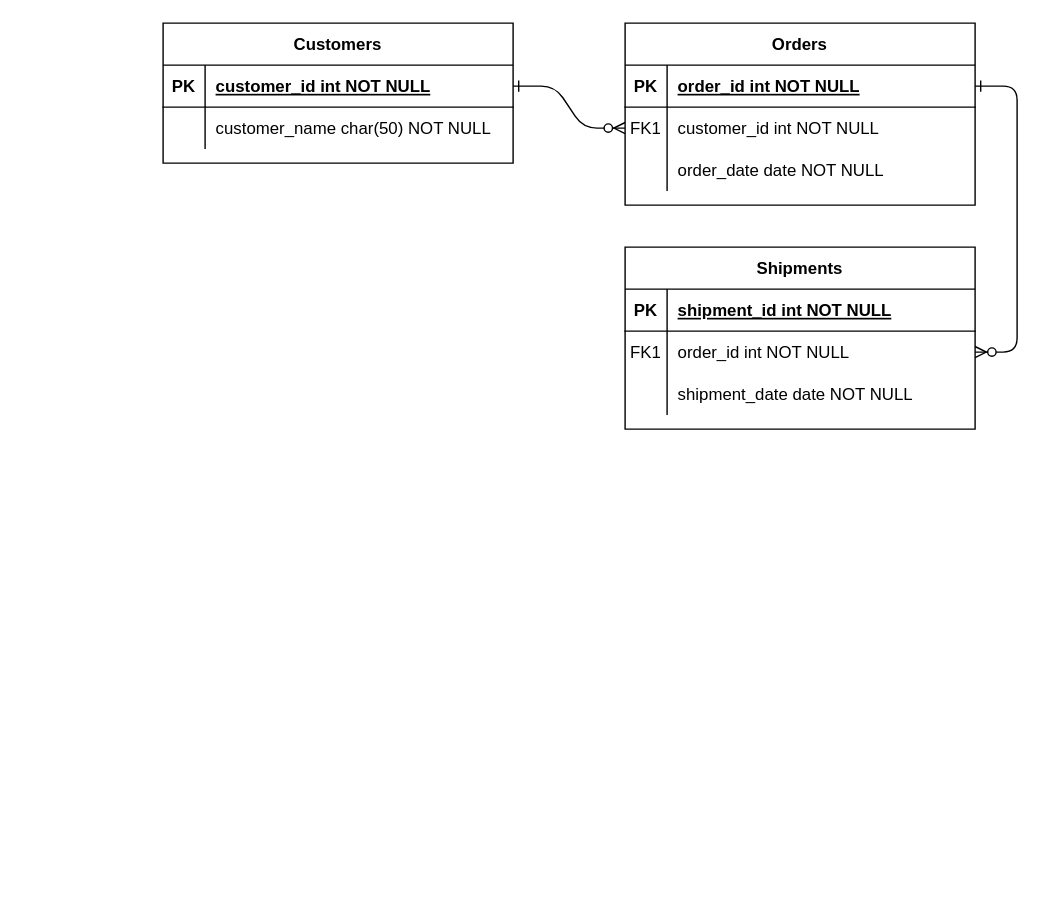
Earlier version of the draw.io diagram WeGoGym/WeGoGym-DB.drawio (ColaboAI/Diagrams). Source tidied: cells renumbered, new cells numbered last; positions are measured from the earlier drawing's top-left corner, leaving out a move shared by most shapes. Both pictures are drawn from the tidied source at 140%, with x=0, y=0 at pixel (162, 22).
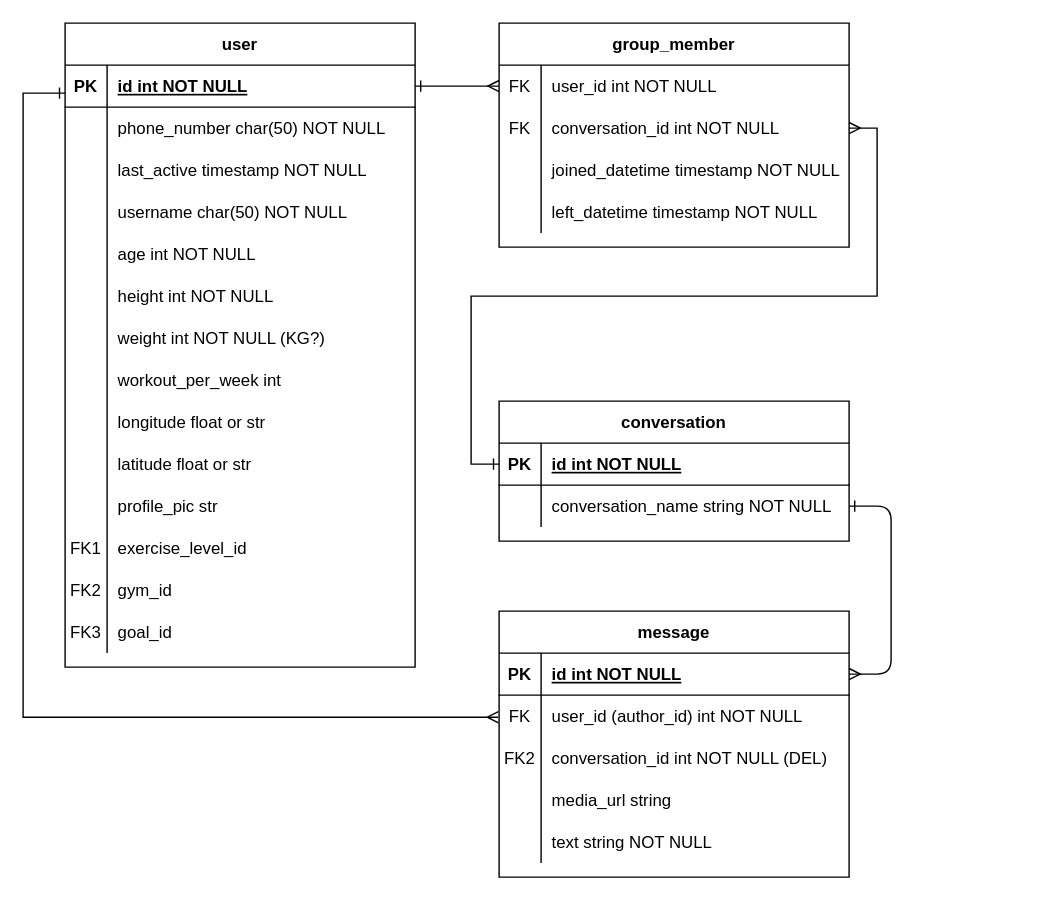
Above is the later version.

Commit message:
Make User and Chat DB schema

Unchanged cells that the change refers to:
```xml
<mxCell id="5" style="shape=partialRectangle;fillColor=none;points=[[0,0.5],[1,0.5]];portConstraint=eastwest;top=0;left=0;right=0;bottom=1;" parent="4" vertex="1">
  <mxGeometry y="30" width="250" height="30" as="geometry" />
</mxCell>
<mxCell id="8" style="shape=partialRectangle;fillColor=none;points=[[0,0.5],[1,0.5]];portConstraint=eastwest;top=0;left=0;right=0;bottom=0;" parent="4" vertex="1">
  <mxGeometry y="60" width="250" height="30" as="geometry" />
</mxCell>
<mxCell id="11" style="shape=partialRectangle;fillColor=none;top=0;left=0;right=0;bottom=0;" parent="4" vertex="1">
  <mxGeometry y="90" width="250" height="30" as="geometry" />
</mxCell>
<mxCell id="15" style="shape=partialRectangle;fillColor=none;points=[[0,0.5],[1,0.5]];portConstraint=eastwest;top=0;left=0;right=0;bottom=1;" parent="14" vertex="1">
  <mxGeometry y="30" width="250" height="30" as="geometry" />
</mxCell>
<mxCell id="18" style="shape=partialRectangle;fillColor=none;points=[[0,0.5],[1,0.5]];portConstraint=eastwest;top=0;left=0;right=0;bottom=0;" parent="14" vertex="1">
  <mxGeometry y="60" width="250" height="30" as="geometry" />
</mxCell>
<mxCell id="25" style="shape=partialRectangle;fillColor=none;points=[[0,0.5],[1,0.5]];portConstraint=eastwest;top=0;left=0;right=0;bottom=1;" parent="24" vertex="1">
  <mxGeometry y="30" width="250" height="30" as="geometry" />
</mxCell>
<mxCell id="28" style="shape=partialRectangle;fillColor=none;top=0;left=0;right=0;bottom=0;" parent="24" vertex="1">
  <mxGeometry y="60" width="250" height="30" as="geometry" />
</mxCell>
```

The edit, as a diff of the source:
```diff
@@
-    <mxCell id="2" style="edgeStyle=entityRelationEdgeStyle;endArrow=ERzeroToMany;startArrow=ERone;endFill=1;startFill=0;" parent="1" edge="1" source="25" target="8">
+    <mxCell id="2" style="edgeStyle=entityRelationEdgeStyle;endArrow=ERmany;startArrow=ERone;endFill=0;startFill=0;entryX=0;entryY=0.5;entryDx=0;entryDy=0;" parent="1" edge="1" source="25" target="74">
       <mxGeometry relative="1" as="geometry" />
     </mxCell>
-    <mxCell id="3" style="edgeStyle=entityRelationEdgeStyle;endArrow=ERzeroToMany;startArrow=ERone;endFill=1;startFill=0;" parent="1" edge="1" source="5" target="18">
+    <mxCell id="3" style="edgeStyle=entityRelationEdgeStyle;endArrow=ERone;startArrow=ERmany;endFill=0;startFill=0;" parent="1" edge="1" source="5" target="18">
       <mxGeometry relative="1" as="geometry" />
     </mxCell>
-    <mxCell id="4" value="Orders" style="shape=table;startSize=30;childLayout=tableLayout;rowLines=0;fontStyle=1;align=center;" parent="1" vertex="1">
-      <mxGeometry x="330" width="250" height="130" as="geometry" />
+    <mxCell id="4" value="message" style="shape=table;startSize=30;childLayout=tableLayout;rowLines=0;fontStyle=1;align=center;" parent="1" vertex="1">
+      <mxGeometry x="240" y="420" width="250" height="190" as="geometry" />
     </mxCell>
@@
-    <mxCell id="7" value="order_id int NOT NULL " style="shape=partialRectangle;overflow=hidden;fillColor=none;top=0;left=0;bottom=0;right=0;align=left;spacingLeft=6;fontStyle=5;" parent="5" vertex="1">
+    <mxCell id="7" value="id int NOT NULL " style="shape=partialRectangle;overflow=hidden;fillColor=none;top=0;left=0;bottom=0;right=0;align=left;spacingLeft=6;fontStyle=5;" parent="5" vertex="1">
       <mxGeometry x="30" width="220" height="30" as="geometry" />
     </mxCell>
@@
-    <mxCell id="9" value="FK1" style="shape=partialRectangle;overflow=hidden;fillColor=none;top=0;left=0;bottom=0;right=0;" parent="8" vertex="1">
+    <mxCell id="9" value="FK" style="shape=partialRectangle;overflow=hidden;fillColor=none;top=0;left=0;bottom=0;right=0;" parent="8" vertex="1">
       <mxGeometry width="30" height="30" as="geometry" />
     </mxCell>
-    <mxCell id="10" value="customer_id int NOT NULL" style="shape=partialRectangle;overflow=hidden;fillColor=none;top=0;left=0;bottom=0;right=0;align=left;spacingLeft=6;" parent="8" vertex="1">
+    <mxCell id="10" value="user_id (author_id) int NOT NULL" style="shape=partialRectangle;overflow=hidden;fillColor=none;top=0;left=0;bottom=0;right=0;align=left;spacingLeft=6;" parent="8" vertex="1">
       <mxGeometry x="30" width="220" height="30" as="geometry" />
     </mxCell>
@@
-    <mxCell id="12" style="shape=partialRectangle;overflow=hidden;fillColor=none;top=0;left=0;bottom=0;right=0;" parent="11" vertex="1">
+    <mxCell id="12" value="FK2" style="shape=partialRectangle;overflow=hidden;fillColor=none;top=0;left=0;bottom=0;right=0;" parent="11" vertex="1">
       <mxGeometry width="30" height="30" as="geometry" />
     </mxCell>
-    <mxCell id="13" value="order_date date NOT NULL" style="shape=partialRectangle;overflow=hidden;fillColor=none;top=0;left=0;bottom=0;right=0;align=left;spacingLeft=6;" parent="11" vertex="1">
+    <mxCell id="13" value="conversation_id int NOT NULL (DEL)" style="shape=partialRectangle;overflow=hidden;fillColor=none;top=0;left=0;bottom=0;right=0;align=left;spacingLeft=6;" parent="11" vertex="1">
       <mxGeometry x="30" width="220" height="30" as="geometry" />
     </mxCell>
+    <mxCell id="31" style="shape=partialRectangle;fillColor=none;top=0;left=0;right=0;bottom=0;" parent="4" vertex="1">
+      <mxGeometry y="120" width="250" height="30" as="geometry" />
+    </mxCell>
+    <mxCell id="32" style="shape=partialRectangle;overflow=hidden;fillColor=none;top=0;left=0;bottom=0;right=0;" parent="31" vertex="1">
+      <mxGeometry width="30" height="30" as="geometry" />
+    </mxCell>
+    <mxCell id="33" value="media_url string" style="shape=partialRectangle;overflow=hidden;fillColor=none;top=0;left=0;bottom=0;right=0;align=left;spacingLeft=6;" parent="31" vertex="1">
+      <mxGeometry x="30" width="220" height="30" as="geometry" />
+    </mxCell>
+    <mxCell id="34" style="shape=partialRectangle;fillColor=none;top=0;left=0;right=0;bottom=0;" parent="4" vertex="1">
+      <mxGeometry y="150" width="250" height="30" as="geometry" />
+    </mxCell>
+    <mxCell id="35" style="shape=partialRectangle;overflow=hidden;fillColor=none;top=0;left=0;bottom=0;right=0;" parent="34" vertex="1">
+      <mxGeometry width="30" height="30" as="geometry" />
+    </mxCell>
+    <mxCell id="36" value="text string NOT NULL" style="shape=partialRectangle;overflow=hidden;fillColor=none;top=0;left=0;bottom=0;right=0;align=left;spacingLeft=6;" parent="34" vertex="1">
+      <mxGeometry x="30" width="220" height="30" as="geometry" />
+    </mxCell>
-    <mxCell id="14" value="Shipments" style="shape=table;startSize=30;childLayout=tableLayout;rowLines=0;fontStyle=1;align=center;" parent="1" vertex="1">
-      <mxGeometry x="330" y="160" width="250" height="130" as="geometry" />
+    <mxCell id="14" value="conversation" style="shape=table;startSize=30;childLayout=tableLayout;rowLines=0;fontStyle=1;align=center;" parent="1" vertex="1">
+      <mxGeometry x="240" y="270" width="250" height="100" as="geometry" />
     </mxCell>
@@
-    <mxCell id="17" value="shipment_id int NOT NULL " style="shape=partialRectangle;overflow=hidden;fillColor=none;top=0;left=0;bottom=0;right=0;align=left;spacingLeft=6;fontStyle=5;" parent="15" vertex="1">
+    <mxCell id="17" value="id int NOT NULL " style="shape=partialRectangle;overflow=hidden;fillColor=none;top=0;left=0;bottom=0;right=0;align=left;spacingLeft=6;fontStyle=5;" parent="15" vertex="1">
       <mxGeometry x="30" width="220" height="30" as="geometry" />
     </mxCell>
@@
-    <mxCell id="19" value="FK1" style="shape=partialRectangle;overflow=hidden;fillColor=none;top=0;left=0;bottom=0;right=0;" parent="18" vertex="1">
+    <mxCell id="19" style="shape=partialRectangle;overflow=hidden;fillColor=none;top=0;left=0;bottom=0;right=0;" parent="18" vertex="1">
       <mxGeometry width="30" height="30" as="geometry" />
     </mxCell>
-    <mxCell id="20" value="order_id int NOT NULL" style="shape=partialRectangle;overflow=hidden;fillColor=none;top=0;left=0;bottom=0;right=0;align=left;spacingLeft=6;" parent="18" vertex="1">
+    <mxCell id="20" value="conversation_name string NOT NULL" style="shape=partialRectangle;overflow=hidden;fillColor=none;top=0;left=0;bottom=0;right=0;align=left;spacingLeft=6;" parent="18" vertex="1">
       <mxGeometry x="30" width="220" height="30" as="geometry" />
     </mxCell>
-    <mxCell id="21" style="shape=partialRectangle;fillColor=none;top=0;left=0;right=0;bottom=0;" parent="14" vertex="1">
-      <mxGeometry y="90" width="250" height="30" as="geometry" />
-    </mxCell>
-    <mxCell id="22" style="shape=partialRectangle;overflow=hidden;fillColor=none;top=0;left=0;bottom=0;right=0;" parent="21" vertex="1">
-      <mxGeometry width="30" height="30" as="geometry" />
-    </mxCell>
-    <mxCell id="23" value="shipment_date date NOT NULL" style="shape=partialRectangle;overflow=hidden;fillColor=none;top=0;left=0;bottom=0;right=0;align=left;spacingLeft=6;" parent="21" vertex="1">
-      <mxGeometry x="30" width="220" height="30" as="geometry" />
-    </mxCell>
-    <mxCell id="24" value="Customers" style="shape=table;startSize=30;childLayout=tableLayout;rowLines=0;fontStyle=1;align=center;" parent="1" vertex="1">
-      <mxGeometry width="250" height="100" as="geometry" />
+    <mxCell id="24" value="user" style="shape=table;startSize=30;childLayout=tableLayout;rowLines=0;fontStyle=1;align=center;" parent="1" vertex="1">
+      <mxGeometry x="-70" width="250" height="460" as="geometry" />
     </mxCell>
@@
-    <mxCell id="27" value="customer_id int NOT NULL " style="shape=partialRectangle;overflow=hidden;fillColor=none;top=0;left=0;bottom=0;right=0;align=left;spacingLeft=6;fontStyle=5;" parent="25" vertex="1">
+    <mxCell id="27" value="id int NOT NULL " style="shape=partialRectangle;overflow=hidden;fillColor=none;top=0;left=0;bottom=0;right=0;align=left;spacingLeft=6;fontStyle=5;" parent="25" vertex="1">
       <mxGeometry x="30" width="220" height="30" as="geometry" />
     </mxCell>
@@
-    <mxCell id="30" value="customer_name char(50) NOT NULL" style="shape=partialRectangle;overflow=hidden;fillColor=none;top=0;left=0;bottom=0;right=0;align=left;spacingLeft=6;" parent="28" vertex="1">
+    <mxCell id="30" value="phone_number char(50) NOT NULL" style="shape=partialRectangle;overflow=hidden;fillColor=none;top=0;left=0;bottom=0;right=0;align=left;spacingLeft=6;" parent="28" vertex="1">
       <mxGeometry x="30" width="220" height="30" as="geometry" />
     </mxCell>
+    <mxCell id="37" style="shape=partialRectangle;fillColor=none;top=0;left=0;right=0;bottom=0;" parent="24" vertex="1">
+      <mxGeometry y="90" width="250" height="30" as="geometry" />
+    </mxCell>
+    <mxCell id="38" style="shape=partialRectangle;overflow=hidden;fillColor=none;top=0;left=0;bottom=0;right=0;" parent="37" vertex="1">
+      <mxGeometry width="30" height="30" as="geometry" />
+    </mxCell>
+    <mxCell id="39" value="last_active timestamp NOT NULL" style="shape=partialRectangle;overflow=hidden;fillColor=none;top=0;left=0;bottom=0;right=0;align=left;spacingLeft=6;" parent="37" vertex="1">
+      <mxGeometry x="30" width="220" height="30" as="geometry" />
+    </mxCell>
+    <mxCell id="40" style="shape=partialRectangle;fillColor=none;top=0;left=0;right=0;bottom=0;" parent="24" vertex="1">
+      <mxGeometry y="120" width="250" height="30" as="geometry" />
+    </mxCell>
+    <mxCell id="41" style="shape=partialRectangle;overflow=hidden;fillColor=none;top=0;left=0;bottom=0;right=0;" parent="40" vertex="1">
+      <mxGeometry width="30" height="30" as="geometry" />
+    </mxCell>
+    <mxCell id="42" value="username char(50) NOT NULL" style="shape=partialRectangle;overflow=hidden;fillColor=none;top=0;left=0;bottom=0;right=0;align=left;spacingLeft=6;" parent="40" vertex="1">
+      <mxGeometry x="30" width="220" height="30" as="geometry" />
+    </mxCell>
+    <mxCell id="43" style="shape=partialRectangle;fillColor=none;top=0;left=0;right=0;bottom=0;" parent="24" vertex="1">
+      <mxGeometry y="150" width="250" height="30" as="geometry" />
+    </mxCell>
+    <mxCell id="44" style="shape=partialRectangle;overflow=hidden;fillColor=none;top=0;left=0;bottom=0;right=0;" parent="43" vertex="1">
+      <mxGeometry width="30" height="30" as="geometry" />
+    </mxCell>
+    <mxCell id="45" value="age int NOT NULL" style="shape=partialRectangle;overflow=hidden;fillColor=none;top=0;left=0;bottom=0;right=0;align=left;spacingLeft=6;" parent="43" vertex="1">
+      <mxGeometry x="30" width="220" height="30" as="geometry" />
+    </mxCell>
+    <mxCell id="46" style="shape=partialRectangle;fillColor=none;top=0;left=0;right=0;bottom=0;" parent="24" vertex="1">
+      <mxGeometry y="180" width="250" height="30" as="geometry" />
+    </mxCell>
+    <mxCell id="47" style="shape=partialRectangle;overflow=hidden;fillColor=none;top=0;left=0;bottom=0;right=0;" parent="46" vertex="1">
+      <mxGeometry width="30" height="30" as="geometry" />
+    </mxCell>
+    <mxCell id="48" value="height int NOT NULL" style="shape=partialRectangle;overflow=hidden;fillColor=none;top=0;left=0;bottom=0;right=0;align=left;spacingLeft=6;" parent="46" vertex="1">
+      <mxGeometry x="30" width="220" height="30" as="geometry" />
+    </mxCell>
+    <mxCell id="49" style="shape=partialRectangle;fillColor=none;top=0;left=0;right=0;bottom=0;" parent="24" vertex="1">
+      <mxGeometry y="210" width="250" height="30" as="geometry" />
+    </mxCell>
+    <mxCell id="50" style="shape=partialRectangle;overflow=hidden;fillColor=none;top=0;left=0;bottom=0;right=0;" parent="49" vertex="1">
+      <mxGeometry width="30" height="30" as="geometry" />
+    </mxCell>
+    <mxCell id="51" value="weight int NOT NULL (KG?)" style="shape=partialRectangle;overflow=hidden;fillColor=none;top=0;left=0;bottom=0;right=0;align=left;spacingLeft=6;" parent="49" vertex="1">
+      <mxGeometry x="30" width="220" height="30" as="geometry" />
+    </mxCell>
+    <mxCell id="52" style="shape=partialRectangle;fillColor=none;top=0;left=0;right=0;bottom=0;" parent="24" vertex="1">
+      <mxGeometry y="240" width="250" height="30" as="geometry" />
+    </mxCell>
+    <mxCell id="53" style="shape=partialRectangle;overflow=hidden;fillColor=none;top=0;left=0;bottom=0;right=0;" parent="52" vertex="1">
+      <mxGeometry width="30" height="30" as="geometry" />
+    </mxCell>
+    <mxCell id="54" value="workout_per_week int" style="shape=partialRectangle;overflow=hidden;fillColor=none;top=0;left=0;bottom=0;right=0;align=left;spacingLeft=6;" parent="52" vertex="1">
+      <mxGeometry x="30" width="220" height="30" as="geometry" />
+    </mxCell>
+    <mxCell id="55" style="shape=partialRectangle;fillColor=none;top=0;left=0;right=0;bottom=0;" parent="24" vertex="1">
+      <mxGeometry y="270" width="250" height="30" as="geometry" />
+    </mxCell>
+    <mxCell id="56" style="shape=partialRectangle;overflow=hidden;fillColor=none;top=0;left=0;bottom=0;right=0;" parent="55" vertex="1">
+      <mxGeometry width="30" height="30" as="geometry" />
+    </mxCell>
+    <mxCell id="57" value="longitude float or str " style="shape=partialRectangle;overflow=hidden;fillColor=none;top=0;left=0;bottom=0;right=0;align=left;spacingLeft=6;" parent="55" vertex="1">
+      <mxGeometry x="30" width="220" height="30" as="geometry" />
+    </mxCell>
+    <mxCell id="58" style="shape=partialRectangle;fillColor=none;top=0;left=0;right=0;bottom=0;" parent="24" vertex="1">
+      <mxGeometry y="300" width="250" height="30" as="geometry" />
+    </mxCell>
+    <mxCell id="59" style="shape=partialRectangle;overflow=hidden;fillColor=none;top=0;left=0;bottom=0;right=0;" parent="58" vertex="1">
+      <mxGeometry width="30" height="30" as="geometry" />
+    </mxCell>
+    <mxCell id="60" value="latitude float or str" style="shape=partialRectangle;overflow=hidden;fillColor=none;top=0;left=0;bottom=0;right=0;align=left;spacingLeft=6;" parent="58" vertex="1">
+      <mxGeometry x="30" width="220" height="30" as="geometry" />
+    </mxCell>
+    <mxCell id="61" style="shape=partialRectangle;fillColor=none;top=0;left=0;right=0;bottom=0;" parent="24" vertex="1">
+      <mxGeometry y="330" width="250" height="30" as="geometry" />
+    </mxCell>
+    <mxCell id="62" style="shape=partialRectangle;overflow=hidden;fillColor=none;top=0;left=0;bottom=0;right=0;" parent="61" vertex="1">
+      <mxGeometry width="30" height="30" as="geometry" />
+    </mxCell>
+    <mxCell id="63" value="profile_pic str" style="shape=partialRectangle;overflow=hidden;fillColor=none;top=0;left=0;bottom=0;right=0;align=left;spacingLeft=6;" parent="61" vertex="1">
+      <mxGeometry x="30" width="220" height="30" as="geometry" />
+    </mxCell>
+    <mxCell id="64" style="shape=partialRectangle;fillColor=none;top=0;left=0;right=0;bottom=0;" parent="24" vertex="1">
+      <mxGeometry y="360" width="250" height="30" as="geometry" />
+    </mxCell>
+    <mxCell id="65" value="FK1" style="shape=partialRectangle;overflow=hidden;fillColor=none;top=0;left=0;bottom=0;right=0;" parent="64" vertex="1">
+      <mxGeometry width="30" height="30" as="geometry" />
+    </mxCell>
+    <mxCell id="66" value="exercise_level_id " style="shape=partialRectangle;overflow=hidden;fillColor=none;top=0;left=0;bottom=0;right=0;align=left;spacingLeft=6;" parent="64" vertex="1">
+      <mxGeometry x="30" width="220" height="30" as="geometry" />
+    </mxCell>
+    <mxCell id="67" style="shape=partialRectangle;fillColor=none;top=0;left=0;right=0;bottom=0;" parent="24" vertex="1">
+      <mxGeometry y="390" width="250" height="30" as="geometry" />
+    </mxCell>
+    <mxCell id="68" value="FK2" style="shape=partialRectangle;overflow=hidden;fillColor=none;top=0;left=0;bottom=0;right=0;" parent="67" vertex="1">
+      <mxGeometry width="30" height="30" as="geometry" />
+    </mxCell>
+    <mxCell id="69" value="gym_id" style="shape=partialRectangle;overflow=hidden;fillColor=none;top=0;left=0;bottom=0;right=0;align=left;spacingLeft=6;" parent="67" vertex="1">
+      <mxGeometry x="30" width="220" height="30" as="geometry" />
+    </mxCell>
+    <mxCell id="70" style="shape=partialRectangle;fillColor=none;top=0;left=0;right=0;bottom=0;" parent="24" vertex="1">
+      <mxGeometry y="420" width="250" height="30" as="geometry" />
+    </mxCell>
+    <mxCell id="71" value="FK3" style="shape=partialRectangle;overflow=hidden;fillColor=none;top=0;left=0;bottom=0;right=0;" parent="70" vertex="1">
+      <mxGeometry width="30" height="30" as="geometry" />
+    </mxCell>
+    <mxCell id="72" value="goal_id" style="shape=partialRectangle;overflow=hidden;fillColor=none;top=0;left=0;bottom=0;right=0;align=left;spacingLeft=6;" parent="70" vertex="1">
+      <mxGeometry x="30" width="220" height="30" as="geometry" />
+    </mxCell>
+    <mxCell id="73" value="group_member" style="shape=table;startSize=30;childLayout=tableLayout;rowLines=0;fontStyle=1;align=center;" parent="1" vertex="1">
+      <mxGeometry x="240" width="250" height="160" as="geometry" />
+    </mxCell>
+    <mxCell id="74" style="shape=partialRectangle;fillColor=none;points=[[0,0.5],[1,0.5]];portConstraint=eastwest;top=0;left=0;right=0;bottom=0;" parent="73" vertex="1">
+      <mxGeometry y="30" width="250" height="30" as="geometry" />
+    </mxCell>
+    <mxCell id="75" value="FK" style="shape=partialRectangle;overflow=hidden;fillColor=none;top=0;left=0;bottom=0;right=0;" parent="74" vertex="1">
+      <mxGeometry width="30" height="30" as="geometry" />
+    </mxCell>
+    <mxCell id="76" value="user_id int NOT NULL" style="shape=partialRectangle;overflow=hidden;fillColor=none;top=0;left=0;bottom=0;right=0;align=left;spacingLeft=6;" parent="74" vertex="1">
+      <mxGeometry x="30" width="220" height="30" as="geometry" />
+    </mxCell>
+    <mxCell id="77" style="shape=partialRectangle;fillColor=none;points=[[0,0.5],[1,0.5]];portConstraint=eastwest;top=0;left=0;right=0;bottom=0;" parent="73" vertex="1">
+      <mxGeometry y="60" width="250" height="30" as="geometry" />
+    </mxCell>
+    <mxCell id="78" value="FK" style="shape=partialRectangle;overflow=hidden;fillColor=none;top=0;left=0;bottom=0;right=0;" parent="77" vertex="1">
+      <mxGeometry width="30" height="30" as="geometry" />
+    </mxCell>
+    <mxCell id="79" value="conversation_id int NOT NULL" style="shape=partialRectangle;overflow=hidden;fillColor=none;top=0;left=0;bottom=0;right=0;align=left;spacingLeft=6;" parent="77" vertex="1">
+      <mxGeometry x="30" width="220" height="30" as="geometry" />
+    </mxCell>
+    <mxCell id="80" style="shape=partialRectangle;fillColor=none;top=0;left=0;right=0;bottom=0;" parent="73" vertex="1">
+      <mxGeometry y="90" width="250" height="30" as="geometry" />
+    </mxCell>
+    <mxCell id="81" style="shape=partialRectangle;overflow=hidden;fillColor=none;top=0;left=0;bottom=0;right=0;" parent="80" vertex="1">
+      <mxGeometry width="30" height="30" as="geometry" />
+    </mxCell>
+    <mxCell id="82" value="joined_datetime timestamp NOT NULL" style="shape=partialRectangle;overflow=hidden;fillColor=none;top=0;left=0;bottom=0;right=0;align=left;spacingLeft=6;" parent="80" vertex="1">
+      <mxGeometry x="30" width="220" height="30" as="geometry" />
+    </mxCell>
+    <mxCell id="83" style="shape=partialRectangle;fillColor=none;top=0;left=0;right=0;bottom=0;" parent="73" vertex="1">
+      <mxGeometry y="120" width="250" height="30" as="geometry" />
+    </mxCell>
+    <mxCell id="84" style="shape=partialRectangle;overflow=hidden;fillColor=none;top=0;left=0;bottom=0;right=0;" parent="83" vertex="1">
+      <mxGeometry width="30" height="30" as="geometry" />
+    </mxCell>
+    <mxCell id="85" value="left_datetime timestamp NOT NULL" style="shape=partialRectangle;overflow=hidden;fillColor=none;top=0;left=0;bottom=0;right=0;align=left;spacingLeft=6;" parent="83" vertex="1">
+      <mxGeometry x="30" width="220" height="30" as="geometry" />
+    </mxCell>
+    <mxCell id="86" style="edgeStyle=orthogonalEdgeStyle;rounded=0;jettySize=auto;html=1;fontFamily=Helvetica;fontSize=12;fontColor=default;endArrow=ERmany;endFill=0;startArrow=ERone;startFill=0;" parent="1" edge="1" source="15" target="77">
+      <mxGeometry relative="1" as="geometry" />
+    </mxCell>
+    <mxCell id="87" style="edgeStyle=orthogonalEdgeStyle;rounded=0;jettySize=auto;html=1;fontFamily=Helvetica;fontSize=12;fontColor=default;startArrow=ERmany;startFill=0;endArrow=ERone;endFill=0;exitX=-0.002;exitY=0.526;exitDx=0;exitDy=0;exitPerimeter=0;" parent="1" edge="1" source="8">
+      <mxGeometry relative="1" as="geometry">
+        <mxPoint x="-70" y="50" as="targetPoint" />
+        <Array as="points">
+          <mxPoint x="-100" y="496" />
+          <mxPoint x="-100" y="50" />
+        </Array>
+      </mxGeometry>
+    </mxCell>
```
